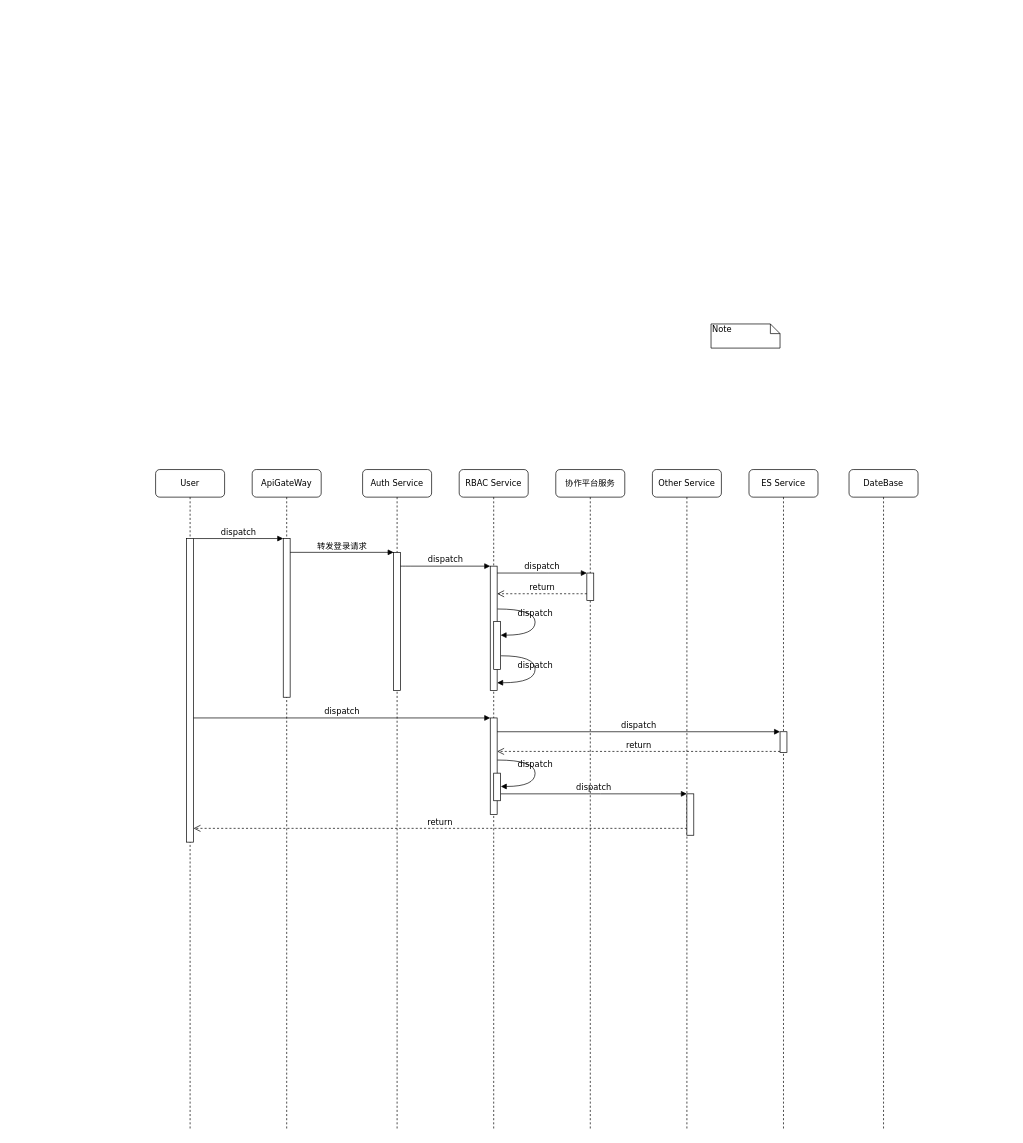
Above: 系统运行视图.drawio in qf2020/drawio (draw.io), before the change. Source tidied: cells renumbered, new cells numbered last; positions are measured from the earlier drawing's top-left corner, leaving out a move shared by most shapes. Both pictures are drawn from the tidied source at 69%, with x=0, y=0 at pixel (155, 324).
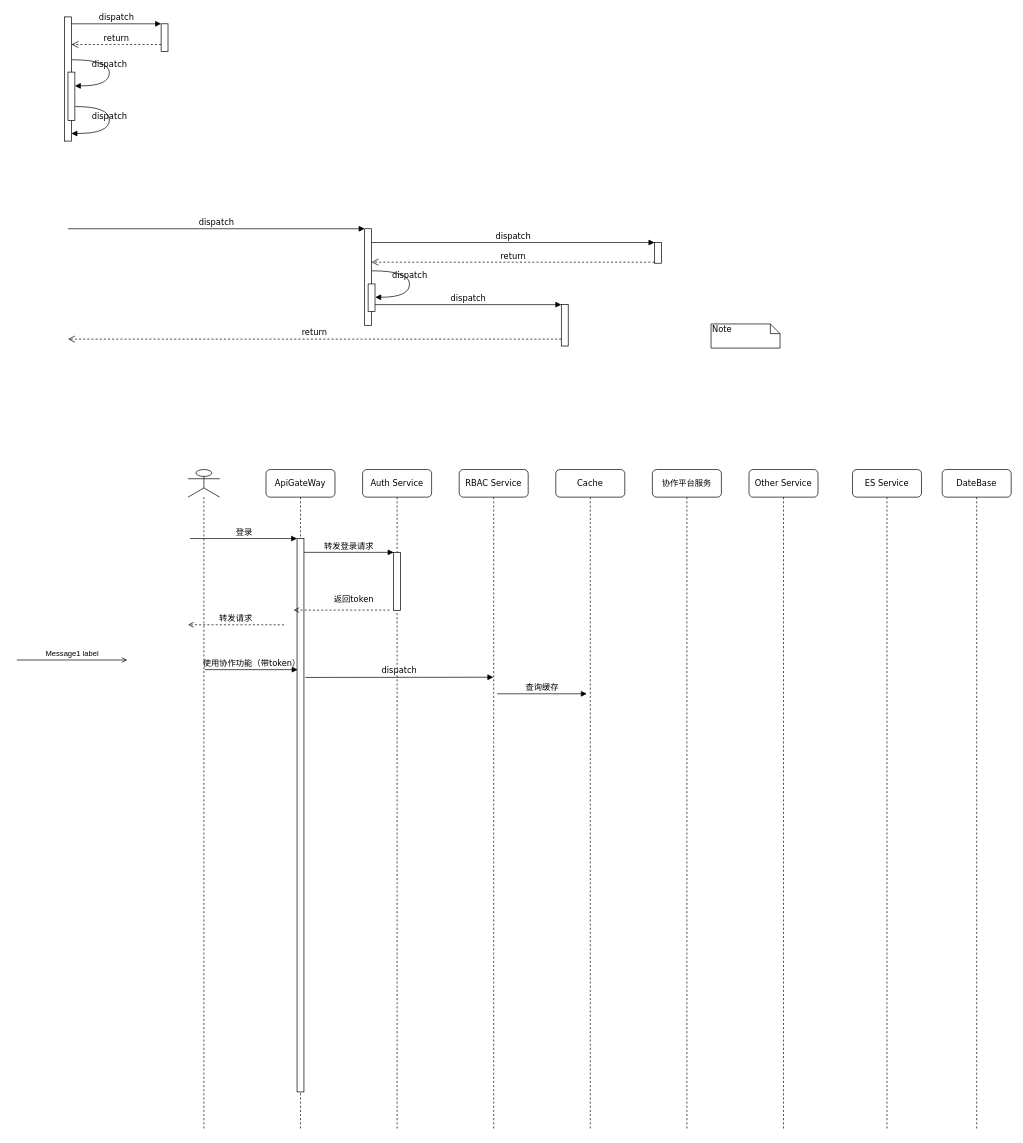
The same page after the edit.

Commit message (it also covers changes not shown here):
更新系统运行视图.drawio

The change refers to these unchanged cells:
```xml
<mxCell id="4" value="Auth Service" style="shape=umlLifeline;perimeter=lifelinePerimeter;whiteSpace=wrap;html=1;rounded=1;shadow=0;comic=0;labelBackgroundColor=none;strokeWidth=1;fontFamily=Verdana;fontSize=12;align=center;" parent="1" vertex="1">
  <mxGeometry x="300" y="211" width="100" height="958" as="geometry" />
</mxCell>
<mxCell id="6" value="RBAC Service" style="shape=umlLifeline;perimeter=lifelinePerimeter;whiteSpace=wrap;html=1;outlineConnect=0;rounded=1;shadow=0;comic=0;labelBackgroundColor=none;strokeWidth=1;fontFamily=Verdana;fontSize=12;align=center;" parent="1" vertex="1">
  <mxGeometry x="440" y="211" width="100" height="958" as="geometry" />
</mxCell>
```

What changed in the source:
```diff
@@
     <mxCell id="2" value="ApiGateWay" style="shape=umlLifeline;perimeter=lifelinePerimeter;whiteSpace=wrap;html=1;rounded=1;shadow=0;comic=0;labelBackgroundColor=none;strokeWidth=1;fontFamily=Verdana;fontSize=12;align=center;" parent="1" vertex="1">
-      <mxGeometry x="140" y="211" width="100" height="958" as="geometry" />
+      <mxGeometry x="160" y="211" width="100" height="958" as="geometry" />
     </mxCell>
     <mxCell id="3" style="html=1;points=[];perimeter=orthogonalPerimeter;rounded=0;shadow=0;comic=0;labelBackgroundColor=none;strokeWidth=1;fontFamily=Verdana;fontSize=12;align=center;" parent="2" vertex="1">
-      <mxGeometry x="45" y="100" width="10" height="230" as="geometry" />
+      <mxGeometry x="45" y="100" width="10" height="802" as="geometry" />
     </mxCell>
@@
     <mxCell id="5" style="html=1;points=[];perimeter=orthogonalPerimeter;rounded=0;shadow=0;comic=0;labelBackgroundColor=none;strokeWidth=1;fontFamily=Verdana;fontSize=12;align=center;" parent="4" vertex="1">
-      <mxGeometry x="45" y="120" width="10" height="200" as="geometry" />
+      <mxGeometry x="45" y="120" width="10" height="84" as="geometry" />
     </mxCell>
+    <mxCell id="34" value="返回token" style="html=1;verticalAlign=bottom;endArrow=open;dashed=1;endSize=6;labelBackgroundColor=none;fontFamily=Verdana;fontSize=12;edgeStyle=elbowEdgeStyle;elbow=vertical;jumpSize=6;" parent="4" edge="1">
+      <mxGeometry x="-0.25" y="-6" relative="1" as="geometry">
+        <mxPoint x="39" y="203.7" as="sourcePoint" />
+        <mxPoint x="-100" y="203.7" as="targetPoint" />
+        <Array as="points">
+          <mxPoint x="-20" y="203.7" />
+          <mxPoint x="10" y="203.7" />
+        </Array>
+      </mxGeometry>
+    </mxCell>
@@
-    <mxCell id="7" value="协作平台服务" style="shape=umlLifeline;perimeter=lifelinePerimeter;whiteSpace=wrap;html=1;rounded=1;shadow=0;comic=0;labelBackgroundColor=none;strokeWidth=1;fontFamily=Verdana;fontSize=12;align=center;" parent="1" vertex="1">
+    <mxCell id="7" value="Cache" style="shape=umlLifeline;perimeter=lifelinePerimeter;whiteSpace=wrap;html=1;rounded=1;shadow=0;comic=0;labelBackgroundColor=none;strokeWidth=1;fontFamily=Verdana;fontSize=12;align=center;" parent="1" vertex="1">
       <mxGeometry x="580" y="211" width="100" height="958" as="geometry" />
     </mxCell>
+    <mxCell id="35" value="查询缓存" style="html=1;verticalAlign=bottom;endArrow=block;entryX=0;entryY=0;labelBackgroundColor=none;fontFamily=Verdana;fontSize=12;edgeStyle=elbowEdgeStyle;elbow=horizontal;" parent="7" edge="1">
+      <mxGeometry relative="1" as="geometry">
+        <mxPoint x="-85" y="325" as="sourcePoint" />
+        <mxPoint x="45" y="325" as="targetPoint" />
+      </mxGeometry>
+    </mxCell>
-    <mxCell id="8" value="Other Service" style="shape=umlLifeline;perimeter=lifelinePerimeter;whiteSpace=wrap;html=1;rounded=1;shadow=0;comic=0;labelBackgroundColor=none;strokeWidth=1;fontFamily=Verdana;fontSize=12;align=center;" parent="1" vertex="1">
+    <mxCell id="8" value="协作平台服务" style="shape=umlLifeline;perimeter=lifelinePerimeter;whiteSpace=wrap;html=1;rounded=1;shadow=0;comic=0;labelBackgroundColor=none;strokeWidth=1;fontFamily=Verdana;fontSize=12;align=center;" parent="1" vertex="1">
       <mxGeometry x="720" y="211" width="100" height="958" as="geometry" />
     </mxCell>
-    <mxCell id="9" value="ES Service" style="shape=umlLifeline;perimeter=lifelinePerimeter;whiteSpace=wrap;html=1;rounded=1;shadow=0;comic=0;labelBackgroundColor=none;strokeWidth=1;fontFamily=Verdana;fontSize=12;align=center;" parent="1" vertex="1">
+    <mxCell id="9" value="Other Service" style="shape=umlLifeline;perimeter=lifelinePerimeter;whiteSpace=wrap;html=1;rounded=1;shadow=0;comic=0;labelBackgroundColor=none;strokeWidth=1;fontFamily=Verdana;fontSize=12;align=center;" parent="1" vertex="1">
       <mxGeometry x="860" y="211" width="100" height="958" as="geometry" />
     </mxCell>
-    <mxCell id="10" value="User" style="shape=umlLifeline;perimeter=lifelinePerimeter;whiteSpace=wrap;html=1;rounded=1;shadow=0;comic=0;labelBackgroundColor=none;strokeWidth=1;fontFamily=Verdana;fontSize=12;align=center;" parent="1" vertex="1">
-      <mxGeometry y="211" width="100" height="958" as="geometry" />
-    </mxCell>
-    <mxCell id="11" style="html=1;points=[];perimeter=orthogonalPerimeter;rounded=0;shadow=0;comic=0;labelBackgroundColor=none;strokeWidth=1;fontFamily=Verdana;fontSize=12;align=center;" parent="10" vertex="1">
-      <mxGeometry x="45" y="100" width="10" height="440" as="geometry" />
-    </mxCell>
-    <mxCell id="12" style="html=1;points=[];perimeter=orthogonalPerimeter;rounded=0;shadow=0;comic=0;labelBackgroundColor=none;strokeWidth=1;fontFamily=Verdana;fontSize=12;align=center;" parent="1" vertex="1">
-      <mxGeometry x="485" y="351" width="10" height="180" as="geometry" />
-    </mxCell>
-    <mxCell id="13" value="dispatch" style="html=1;verticalAlign=bottom;endArrow=block;labelBackgroundColor=none;fontFamily=Verdana;fontSize=12;edgeStyle=elbowEdgeStyle;elbow=vertical;" parent="1" edge="1" source="5" target="12">
-      <mxGeometry relative="1" as="geometry">
-        <Array as="points">
-          <mxPoint x="360" y="351" />
-        </Array>
-      </mxGeometry>
-    </mxCell>
-    <mxCell id="14" style="html=1;points=[];perimeter=orthogonalPerimeter;rounded=0;shadow=0;comic=0;labelBackgroundColor=none;strokeWidth=1;fontFamily=Verdana;fontSize=12;align=center;" parent="1" vertex="1">
-      <mxGeometry x="625" y="361" width="10" height="40" as="geometry" />
-    </mxCell>
-    <mxCell id="15" value="dispatch" style="html=1;verticalAlign=bottom;endArrow=block;entryX=0;entryY=0;labelBackgroundColor=none;fontFamily=Verdana;fontSize=12;edgeStyle=elbowEdgeStyle;elbow=vertical;" parent="1" edge="1" source="12" target="14">
-      <mxGeometry relative="1" as="geometry" />
-    </mxCell>
-    <mxCell id="16" value="return" style="html=1;verticalAlign=bottom;endArrow=open;dashed=1;endSize=8;labelBackgroundColor=none;fontFamily=Verdana;fontSize=12;edgeStyle=elbowEdgeStyle;elbow=vertical;" parent="1" edge="1" source="14" target="12">
-      <mxGeometry relative="1" as="geometry">
-        <Array as="points">
-          <mxPoint x="570" y="391" />
-          <mxPoint x="600" y="391" />
-        </Array>
-      </mxGeometry>
-    </mxCell>
     <mxCell id="17" style="html=1;points=[];perimeter=orthogonalPerimeter;rounded=0;shadow=0;comic=0;labelBackgroundColor=none;strokeWidth=1;fontFamily=Verdana;fontSize=12;align=center;" parent="1" vertex="1">
-      <mxGeometry x="485" y="571" width="10" height="140" as="geometry" />
+      <mxGeometry x="303" y="-138" width="10" height="140" as="geometry" />
     </mxCell>
-    <mxCell id="18" value="dispatch" style="html=1;verticalAlign=bottom;endArrow=block;entryX=0;entryY=0;labelBackgroundColor=none;fontFamily=Verdana;fontSize=12;" parent="1" edge="1" source="11" target="17">
-      <mxGeometry relative="1" as="geometry" />
+    <mxCell id="18" value="dispatch" style="html=1;verticalAlign=bottom;endArrow=block;entryX=0;entryY=0;labelBackgroundColor=none;fontFamily=Verdana;fontSize=12;" parent="1" edge="1" target="17">
+      <mxGeometry relative="1" as="geometry">
+        <mxPoint x="-127" y="-138" as="sourcePoint" />
+      </mxGeometry>
     </mxCell>
     <mxCell id="19" style="html=1;points=[];perimeter=orthogonalPerimeter;rounded=0;shadow=0;comic=0;labelBackgroundColor=none;strokeColor=#000000;strokeWidth=1;fillColor=#FFFFFF;fontFamily=Verdana;fontSize=12;fontColor=#000000;align=center;" parent="1" vertex="1">
-      <mxGeometry x="905" y="591" width="10" height="30" as="geometry" />
+      <mxGeometry x="723" y="-118" width="10" height="30" as="geometry" />
     </mxCell>
@@
     <mxCell id="22" style="html=1;points=[];perimeter=orthogonalPerimeter;rounded=0;shadow=0;comic=0;labelBackgroundColor=none;strokeWidth=1;fontFamily=Verdana;fontSize=12;align=center;" parent="1" vertex="1">
-      <mxGeometry x="770" y="681" width="10" height="60" as="geometry" />
+      <mxGeometry x="588" y="-28" width="10" height="60" as="geometry" />
     </mxCell>
@@
-    <mxCell id="24" value="return" style="html=1;verticalAlign=bottom;endArrow=open;dashed=1;endSize=8;labelBackgroundColor=none;fontFamily=Verdana;fontSize=12;edgeStyle=elbowEdgeStyle;elbow=vertical;" parent="1" edge="1" source="22" target="11">
+    <mxCell id="24" value="return" style="html=1;verticalAlign=bottom;endArrow=open;dashed=1;endSize=8;labelBackgroundColor=none;fontFamily=Verdana;fontSize=12;edgeStyle=elbowEdgeStyle;elbow=vertical;" parent="1" edge="1" source="22">
       <mxGeometry relative="1" as="geometry">
+        <mxPoint x="-127" y="22" as="targetPoint" />
         <Array as="points">
-          <mxPoint x="470" y="731" />
+          <mxPoint x="288" y="22" />
         </Array>
       </mxGeometry>
     </mxCell>
-    <mxCell id="25" value="dispatch" style="html=1;verticalAlign=bottom;endArrow=block;entryX=0;entryY=0;labelBackgroundColor=none;fontFamily=Verdana;fontSize=12;edgeStyle=elbowEdgeStyle;elbow=vertical;" parent="1" edge="1" source="11" target="3">
-      <mxGeometry relative="1" as="geometry" />
+    <mxCell id="25" value="登录" style="html=1;verticalAlign=bottom;endArrow=block;entryX=0;entryY=0;labelBackgroundColor=none;fontFamily=Verdana;fontSize=12;edgeStyle=elbowEdgeStyle;elbow=vertical;" parent="1" edge="1" target="3">
+      <mxGeometry relative="1" as="geometry">
+        <mxPoint x="50" y="311" as="sourcePoint" />
+      </mxGeometry>
     </mxCell>
@@
-    <mxCell id="27" style="html=1;points=[];perimeter=orthogonalPerimeter;rounded=0;shadow=0;comic=0;labelBackgroundColor=none;strokeWidth=1;fontFamily=Verdana;fontSize=12;align=center;" parent="1" vertex="1">
-      <mxGeometry x="490" y="431" width="10" height="70" as="geometry" />
-    </mxCell>
-    <mxCell id="28" value="dispatch" style="html=1;verticalAlign=bottom;endArrow=block;labelBackgroundColor=none;fontFamily=Verdana;fontSize=12;elbow=vertical;edgeStyle=orthogonalEdgeStyle;curved=1;entryX=1;entryY=0.286;entryPerimeter=0;exitX=1.038;exitY=0.345;exitPerimeter=0;" parent="1" edge="1" source="12" target="27">
-      <mxGeometry relative="1" as="geometry">
-        <Array as="points">
-          <mxPoint x="550" y="413" />
-          <mxPoint x="550" y="451" />
-        </Array>
-      </mxGeometry>
-    </mxCell>
-    <mxCell id="29" value="dispatch" style="html=1;verticalAlign=bottom;endArrow=block;labelBackgroundColor=none;fontFamily=Verdana;fontSize=12;elbow=vertical;edgeStyle=orthogonalEdgeStyle;curved=1;exitX=1.066;exitY=0.713;exitPerimeter=0;" parent="1" edge="1" source="27">
-      <mxGeometry relative="1" as="geometry">
-        <mxPoint x="495" y="520" as="targetPoint" />
-        <Array as="points">
-          <mxPoint x="550" y="481" />
-          <mxPoint x="550" y="520" />
-        </Array>
-      </mxGeometry>
-    </mxCell>
     <mxCell id="30" style="html=1;points=[];perimeter=orthogonalPerimeter;rounded=0;shadow=0;comic=0;labelBackgroundColor=none;strokeWidth=1;fontFamily=Verdana;fontSize=12;align=center;" parent="1" vertex="1">
-      <mxGeometry x="490" y="651" width="10" height="40" as="geometry" />
+      <mxGeometry x="308" y="-58" width="10" height="40" as="geometry" />
     </mxCell>
     <mxCell id="31" value="dispatch" style="html=1;verticalAlign=bottom;endArrow=block;labelBackgroundColor=none;fontFamily=Verdana;fontSize=12;elbow=vertical;edgeStyle=orthogonalEdgeStyle;curved=1;entryX=1;entryY=0.286;entryPerimeter=0;exitX=1.038;exitY=0.345;exitPerimeter=0;" parent="1" edge="1">
       <mxGeometry relative="1" as="geometry">
-        <mxPoint x="495.3" y="632" as="sourcePoint" />
-        <mxPoint x="500.3" y="670.3" as="targetPoint" />
+        <mxPoint x="313.3" y="-77" as="sourcePoint" />
+        <mxPoint x="318.3" y="-38.7" as="targetPoint" />
         <Array as="points">
-          <mxPoint x="550" y="632" />
-          <mxPoint x="550" y="670" />
+          <mxPoint x="368" y="-77" />
+          <mxPoint x="368" y="-39" />
         </Array>
       </mxGeometry>
     </mxCell>
@@
-    <mxCell id="33" value="DateBase" style="shape=umlLifeline;perimeter=lifelinePerimeter;whiteSpace=wrap;html=1;rounded=1;shadow=0;comic=0;labelBackgroundColor=none;strokeWidth=1;fontFamily=Verdana;fontSize=12;align=center;" parent="1" vertex="1">
-      <mxGeometry x="1005" y="211" width="100" height="958" as="geometry" />
+    <mxCell id="33" value="ES Service" style="shape=umlLifeline;perimeter=lifelinePerimeter;whiteSpace=wrap;html=1;rounded=1;shadow=0;comic=0;labelBackgroundColor=none;strokeWidth=1;fontFamily=Verdana;fontSize=12;align=center;" parent="1" vertex="1">
+      <mxGeometry x="1010" y="211" width="100" height="958" as="geometry" />
     </mxCell>
+    <mxCell id="36" style="shape=umlLifeline;perimeter=lifelinePerimeter;whiteSpace=wrap;html=1;newEdgeStyle={&quot;curved&quot;:0,&quot;rounded&quot;:0};participant=umlActor;" parent="1" vertex="1">
+      <mxGeometry x="47" y="211" width="46" height="958" as="geometry" />
+    </mxCell>
+    <mxCell id="37" value="Message1 label" style="html=1;verticalAlign=bottom;labelBackgroundColor=none;endArrow=open;endFill=0;rounded=0;" parent="1" edge="1">
+      <mxGeometry relative="1" as="geometry">
+        <mxPoint x="-201" y="487" as="sourcePoint" />
+        <mxPoint x="-41" y="487" as="targetPoint" />
+      </mxGeometry>
+    </mxCell>
+    <mxCell id="38" value="转发请求" style="html=1;verticalAlign=bottom;endArrow=open;dashed=1;endSize=6;labelBackgroundColor=none;fontFamily=Verdana;fontSize=12;edgeStyle=elbowEdgeStyle;elbow=vertical;jumpSize=6;" parent="1" edge="1">
+      <mxGeometry relative="1" as="geometry">
+        <mxPoint x="186" y="436" as="sourcePoint" />
+        <mxPoint x="47" y="436" as="targetPoint" />
+        <Array as="points">
+          <mxPoint x="127" y="436" />
+          <mxPoint x="157" y="436" />
+        </Array>
+      </mxGeometry>
+    </mxCell>
+    <mxCell id="39" value="使用协作功能（带token）" style="html=1;verticalAlign=bottom;endArrow=block;entryX=0;entryY=0;labelBackgroundColor=none;fontFamily=Verdana;fontSize=12;edgeStyle=elbowEdgeStyle;elbow=vertical;" parent="1" edge="1">
+      <mxGeometry relative="1" as="geometry">
+        <mxPoint x="71" y="501" as="sourcePoint" />
+        <mxPoint x="206" y="501" as="targetPoint" />
+      </mxGeometry>
+    </mxCell>
+    <mxCell id="13" value="dispatch" style="html=1;verticalAlign=bottom;endArrow=block;labelBackgroundColor=none;fontFamily=Verdana;fontSize=12;edgeStyle=elbowEdgeStyle;elbow=vertical;" parent="1" edge="1" target="6">
+      <mxGeometry relative="1" as="geometry">
+        <mxPoint x="217" y="512.3" as="sourcePoint" />
+      </mxGeometry>
+    </mxCell>
+    <mxCell id="40" style="html=1;points=[];perimeter=orthogonalPerimeter;rounded=0;shadow=0;comic=0;labelBackgroundColor=none;strokeWidth=1;fontFamily=Verdana;fontSize=12;align=center;" parent="1" vertex="1">
+      <mxGeometry x="-132" y="-445" width="10" height="180" as="geometry" />
+    </mxCell>
+    <mxCell id="41" style="html=1;points=[];perimeter=orthogonalPerimeter;rounded=0;shadow=0;comic=0;labelBackgroundColor=none;strokeWidth=1;fontFamily=Verdana;fontSize=12;align=center;" parent="1" vertex="1">
+      <mxGeometry x="8" y="-435" width="10" height="40" as="geometry" />
+    </mxCell>
+    <mxCell id="15" value="dispatch" style="html=1;verticalAlign=bottom;endArrow=block;entryX=0;entryY=0;labelBackgroundColor=none;fontFamily=Verdana;fontSize=12;edgeStyle=elbowEdgeStyle;elbow=vertical;" parent="1" edge="1" source="40" target="41">
+      <mxGeometry relative="1" as="geometry" />
+    </mxCell>
+    <mxCell id="16" value="return" style="html=1;verticalAlign=bottom;endArrow=open;dashed=1;endSize=8;labelBackgroundColor=none;fontFamily=Verdana;fontSize=12;edgeStyle=elbowEdgeStyle;elbow=vertical;" parent="1" edge="1" source="41" target="40">
+      <mxGeometry relative="1" as="geometry">
+        <Array as="points">
+          <mxPoint x="-47" y="-405" />
+          <mxPoint x="-17" y="-405" />
+        </Array>
+      </mxGeometry>
+    </mxCell>
+    <mxCell id="42" style="html=1;points=[];perimeter=orthogonalPerimeter;rounded=0;shadow=0;comic=0;labelBackgroundColor=none;strokeWidth=1;fontFamily=Verdana;fontSize=12;align=center;" parent="1" vertex="1">
+      <mxGeometry x="-127" y="-365" width="10" height="70" as="geometry" />
+    </mxCell>
+    <mxCell id="28" value="dispatch" style="html=1;verticalAlign=bottom;endArrow=block;labelBackgroundColor=none;fontFamily=Verdana;fontSize=12;elbow=vertical;edgeStyle=orthogonalEdgeStyle;curved=1;entryX=1;entryY=0.286;entryPerimeter=0;exitX=1.038;exitY=0.345;exitPerimeter=0;" parent="1" edge="1" source="40" target="42">
+      <mxGeometry relative="1" as="geometry">
+        <Array as="points">
+          <mxPoint x="-67" y="-383" />
+          <mxPoint x="-67" y="-345" />
+        </Array>
+      </mxGeometry>
+    </mxCell>
+    <mxCell id="29" value="dispatch" style="html=1;verticalAlign=bottom;endArrow=block;labelBackgroundColor=none;fontFamily=Verdana;fontSize=12;elbow=vertical;edgeStyle=orthogonalEdgeStyle;curved=1;exitX=1.066;exitY=0.713;exitPerimeter=0;" parent="1" edge="1" source="42">
+      <mxGeometry relative="1" as="geometry">
+        <mxPoint x="-122" y="-276" as="targetPoint" />
+        <Array as="points">
+          <mxPoint x="-67" y="-315" />
+          <mxPoint x="-67" y="-276" />
+        </Array>
+      </mxGeometry>
+    </mxCell>
+    <mxCell id="43" value="DateBase" style="shape=umlLifeline;perimeter=lifelinePerimeter;whiteSpace=wrap;html=1;rounded=1;shadow=0;comic=0;labelBackgroundColor=none;strokeWidth=1;fontFamily=Verdana;fontSize=12;align=center;" parent="1" vertex="1">
+      <mxGeometry x="1140" y="211" width="100" height="958" as="geometry" />
+    </mxCell>
```
